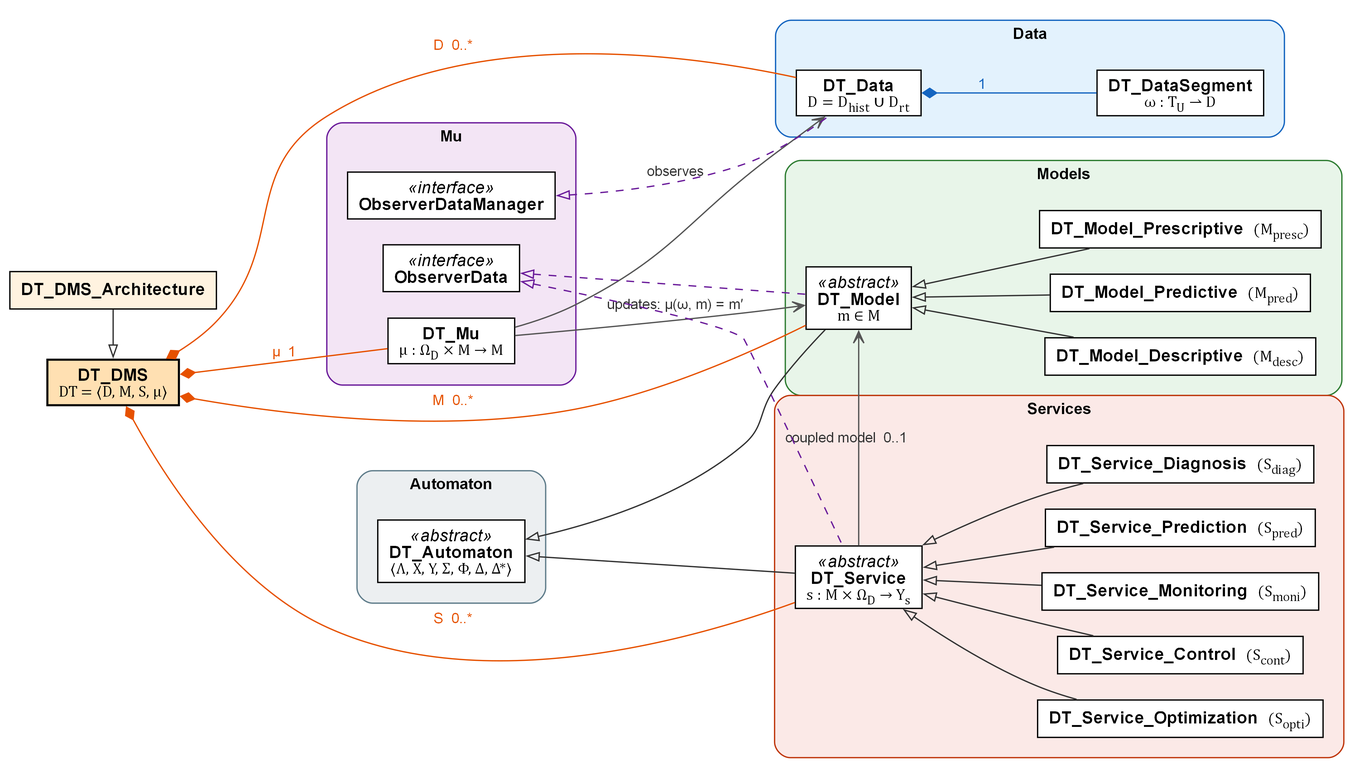
Above: Java/docs/DT_DMS_Overview.png in zeeshanali0001/DT_DMS (Graphviz), before the change. Its source is kept beside it as Java/docs/DT_DMS_Overview.dot.
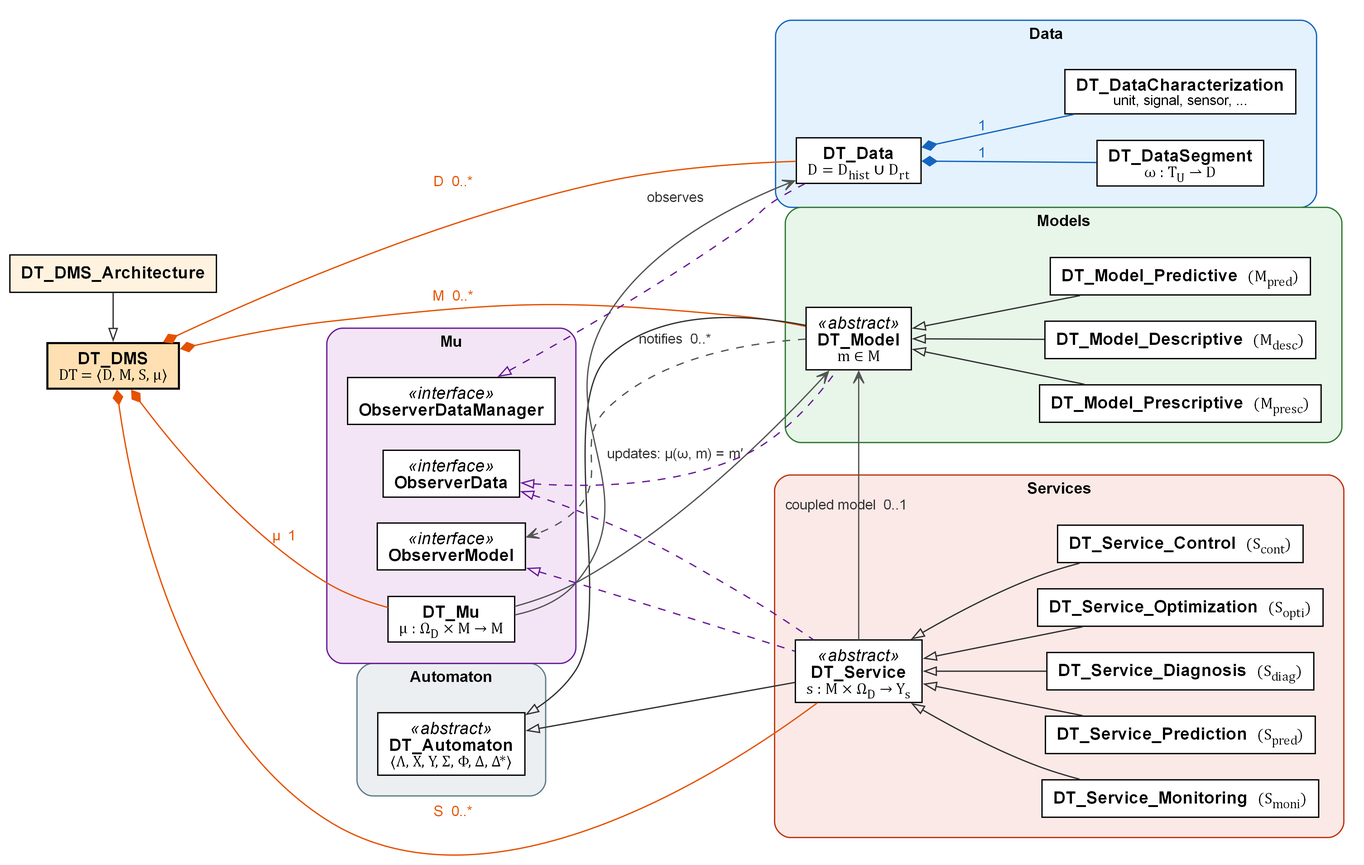
The same diagram one commit later.

Diff of the diagram source:
```diff
@@ -15,6 +15,7 @@
     label=<<b>Data</b>>; margin=16; fontname="Arial"; fontsize=12; style="rounded,filled"; fillcolor="#E3F2FD"; color="#1565C0";
     DT_Data [label=<<b>DT_Data</b><br/><font face="Cambria Math" point-size="12">D = D<sub>hist</sub> ∪ D<sub>rt</sub></font>>];
     DT_DataSegment [label=<<b>DT_DataSegment</b><br/><font face="Cambria Math" point-size="12">ω : T<sub>U</sub> ⇀ D</font>>];
+    DT_DataCharacterization [label=<<b>DT_DataCharacterization</b><br/><font point-size="11">unit, signal, sensor, ...</font>>];
   }
 
   subgraph cluster_models {
@@ -40,6 +41,7 @@
     DT_Mu [label=<<b>DT_Mu</b><br/><font face="Cambria Math" point-size="12">μ : Ω<sub>D</sub> × M → M</font>>];
     ObserverData [label=<<i>«interface»</i><br/><b>ObserverData</b>>];
     ObserverDataManager [label=<<i>«interface»</i><br/><b>ObserverDataManager</b>>];
+    ObserverModel [label=<<i>«interface»</i><br/><b>ObserverModel</b>>];
   }
 
   edge [dir=back, arrowtail=onormal, style=solid, color="#333333"];
@@ -59,6 +61,7 @@
   ObserverData -> DT_Model;
   ObserverData -> DT_Service;
   ObserverDataManager -> DT_Data;
+  ObserverModel -> DT_Service;
 
   edge [dir=back, arrowtail=diamond, style=solid, color="#E65100", fontcolor="#E65100"];
   DT_DMS -> DT_Data    [label=" D  0..*"];
@@ -66,11 +69,13 @@
   DT_DMS -> DT_Service [label=" S  0..*"];
   DT_DMS -> DT_Mu      [label=" μ  1"];
   DT_Data -> DT_DataSegment [label=" 1", color="#1565C0", fontcolor="#1565C0"];
+  DT_Data -> DT_DataCharacterization [label=" 1", color="#1565C0", fontcolor="#1565C0"];
 
   edge [dir=forward, arrowhead=vee, arrowtail=none, style=solid, color="#555555", fontcolor="#333333"];
   DT_Service -> DT_Model [label="coupled model  0..1", constraint=false];
   DT_Mu -> DT_Data       [label="observes", constraint=false];
   DT_Mu -> DT_Model      [label=<updates: μ(ω, m) = m′>, constraint=false];
+  DT_Model -> ObserverModel [label="notifies  0..*", constraint=false, style=dashed];
 
   { rank=same; DT_DMS; DT_DMS_Architecture; }
 }
```
